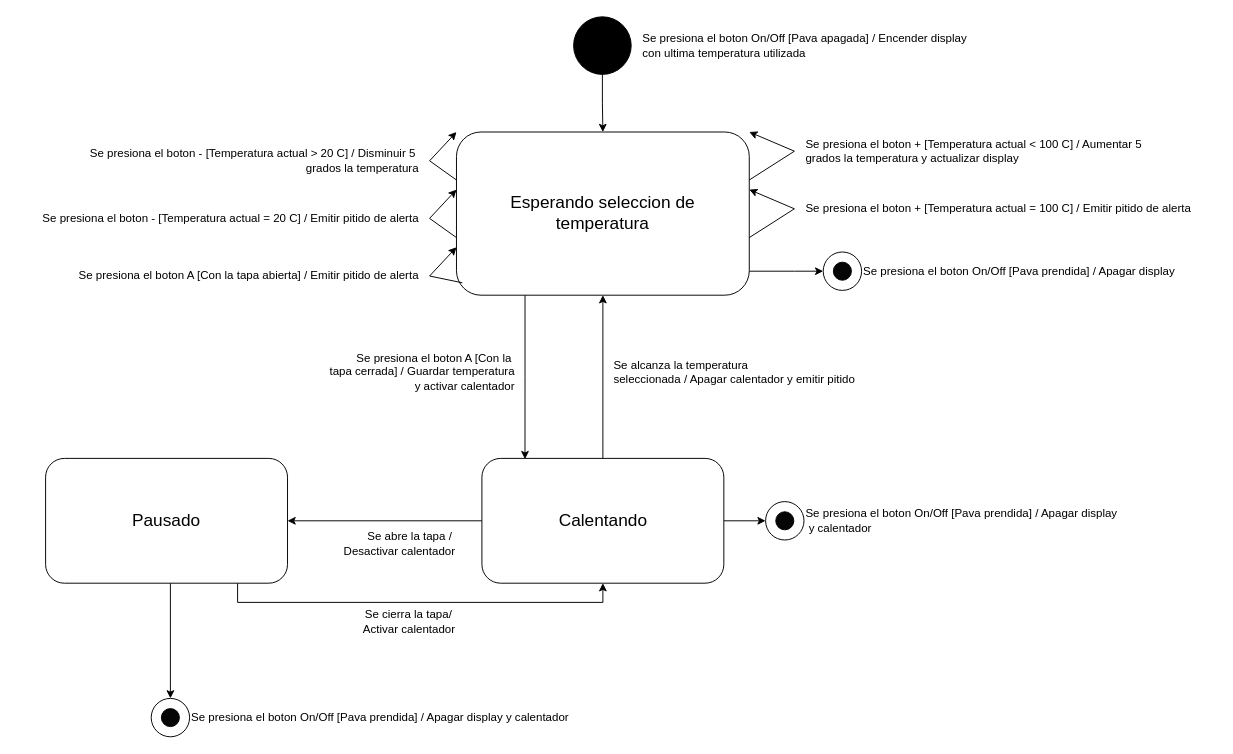
Before: DTE /Ejercicio_Adicional_3.drawio in imnotsetro/IDS-1, a draw.io diagram. Source tidied: cells renumbered, new cells numbered last; positions are measured from the earlier drawing's top-left corner, leaving out a move shared by most shapes. Both pictures are drawn from the tidied source at 96%, with x=0, y=0 at pixel (16, 16).
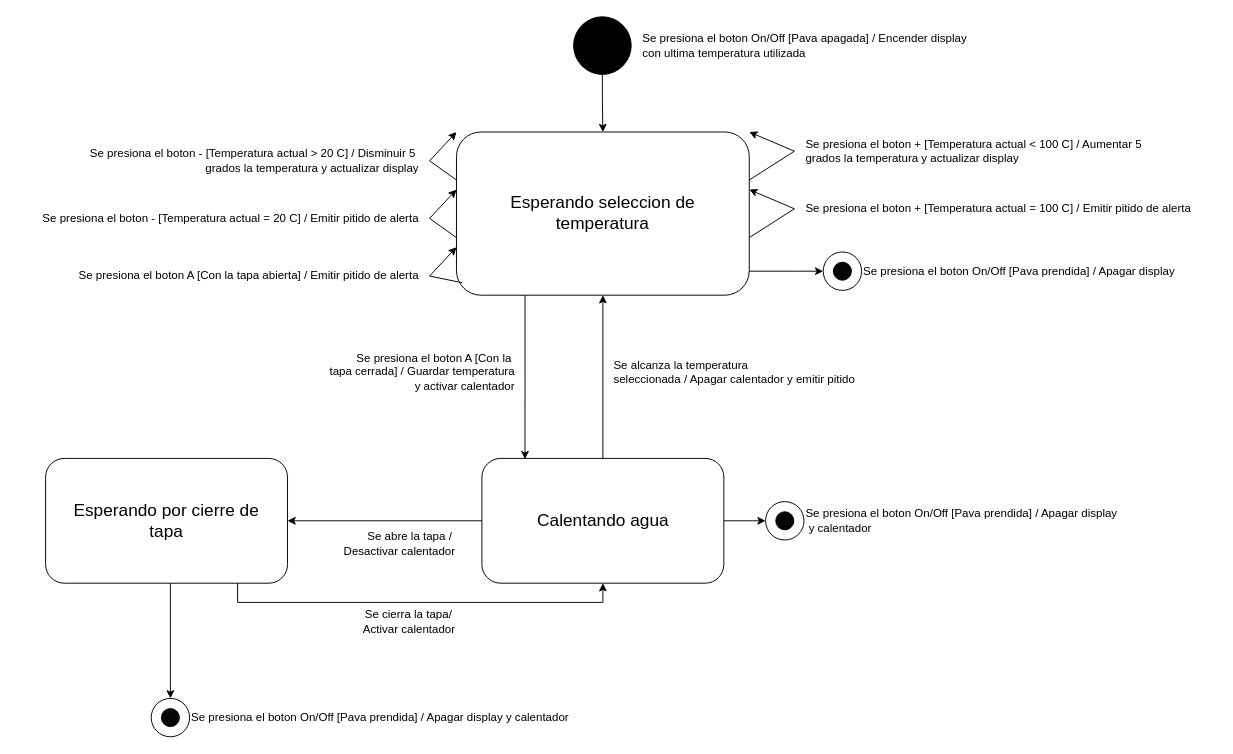
Above is the later version.

Diff of the diagram source:
```diff
@@
-    <mxCell id="12" value="&lt;div&gt;Se presiona el boton - [Temperatura actual &amp;gt; 20 C] / Disminuir 5&amp;nbsp;&lt;/div&gt;&lt;div&gt;grados la temperatura&lt;br&gt;&lt;/div&gt;" style="text;html=1;align=right;verticalAlign=middle;strokeColor=none;fillColor=none;" parent="1" vertex="1">
+    <mxCell id="12" value="&lt;div&gt;Se presiona el boton - [Temperatura actual &amp;gt; 20 C] / Disminuir 5&amp;nbsp;&lt;/div&gt;&lt;div&gt;grados la temperatura y actualizar display&lt;/div&gt;" style="text;html=1;align=right;verticalAlign=middle;strokeColor=none;fillColor=none;" parent="1" vertex="1">
       <mxGeometry x="50" y="130" width="370" height="40" as="geometry" />
     </mxCell>
@@
-    <mxCell id="24" value="Calentando" style="rounded=1;whiteSpace=wrap;html=1;fontSize=18;" parent="1" vertex="1">
+    <mxCell id="24" value="Calentando agua" style="rounded=1;whiteSpace=wrap;html=1;fontSize=18;" parent="1" vertex="1">
       <mxGeometry x="484.5" y="460" width="252" height="130" as="geometry" />
     </mxCell>
@@
-    <mxCell id="28" value="Pausado" style="rounded=1;whiteSpace=wrap;html=1;fontSize=18;" parent="1" vertex="1">
+    <mxCell id="28" value="&lt;div&gt;Esperando por cierre de&lt;/div&gt;&lt;div&gt;tapa&lt;br&gt;&lt;/div&gt;" style="rounded=1;whiteSpace=wrap;html=1;fontSize=18;" parent="1" vertex="1">
       <mxGeometry x="30" y="460" width="252" height="130" as="geometry" />
     </mxCell>
```
